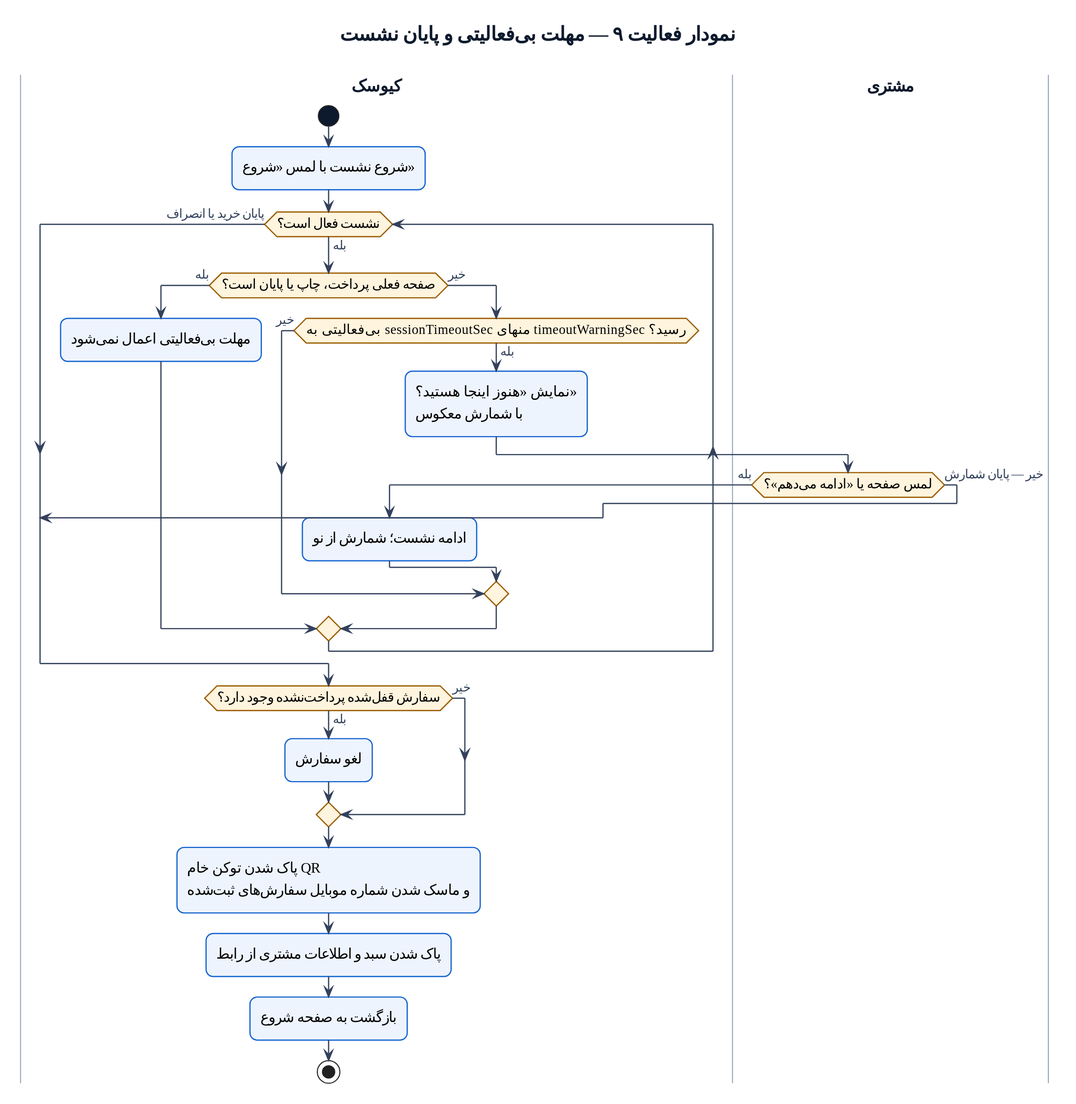
This is docs/uml/09-session-timeout.svg from daneshavaran123-lab/andishkadeh, a PlantUML export, as it was before one commit.
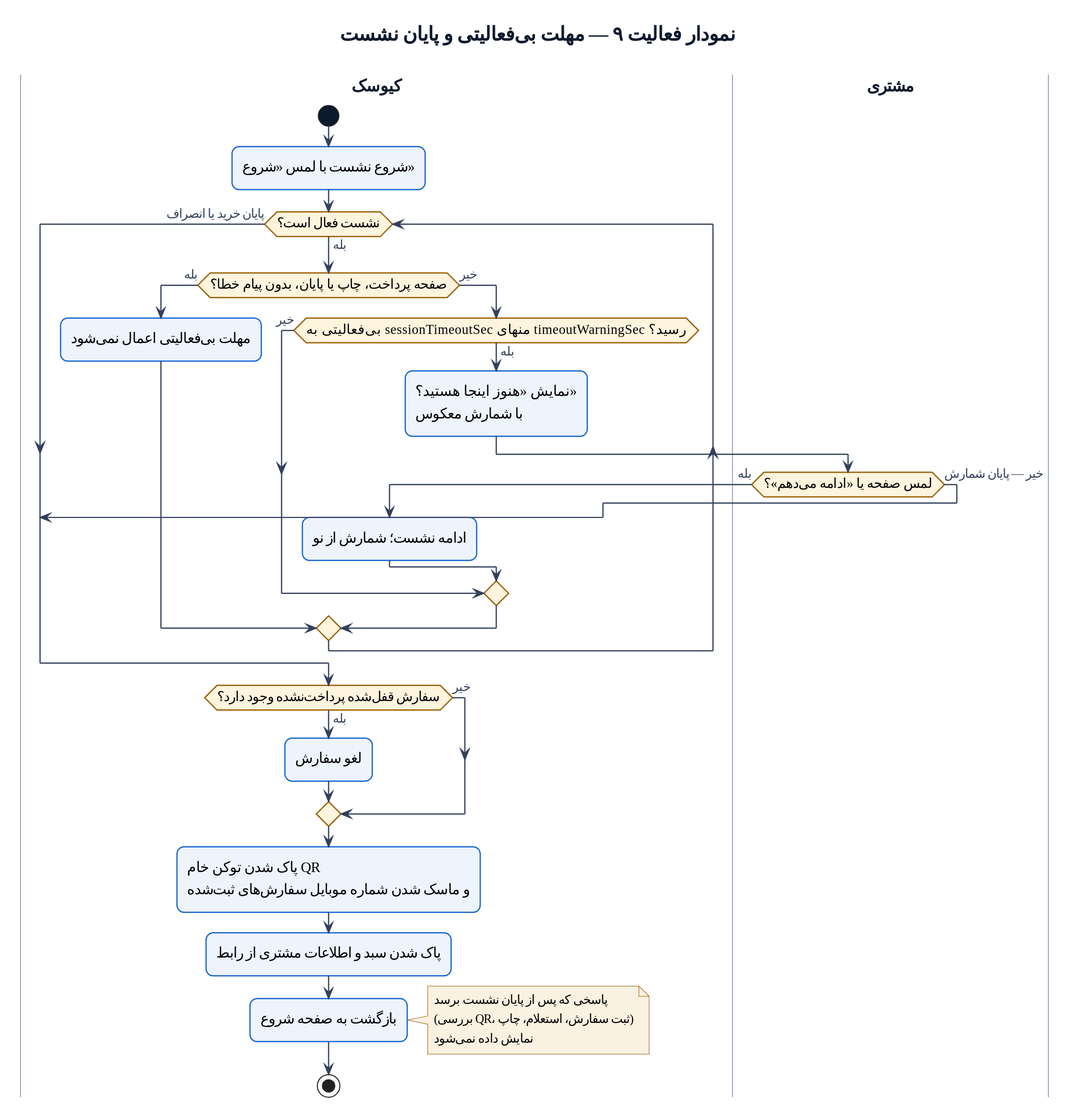
Above is the later version.

Change to the diagram source:
```diff
@@ -6,7 +6,7 @@
 start
 :شروع نشست با لمس «شروع»;
 while (نشست فعال است؟) is (بله)
-  if (صفحه فعلی پرداخت، چاپ یا پایان است؟) then (بله)
+  if (صفحه پرداخت، چاپ یا پایان، بدون پیام خطا؟) then (بله)
     :مهلت بی‌فعالیتی اعمال نمی‌شود;
   else (خیر)
     if (بی‌فعالیتی به sessionTimeoutSec منهای timeoutWarningSec رسید؟) then (بله)
@@ -32,5 +32,10 @@
 :پاک شدن توکن خام QR\nو ماسک شدن شماره موبایل سفارش‌های ثبت‌شده;
 :پاک شدن سبد و اطلاعات مشتری از رابط;
 :بازگشت به صفحه شروع;
+note right
+  پاسخی که پس از پایان نشست برسد
+  (بررسی QR، ثبت سفارش، استعلام، چاپ)
+  نمایش داده نمی‌شود
+end note
 stop
 @enduml
```
